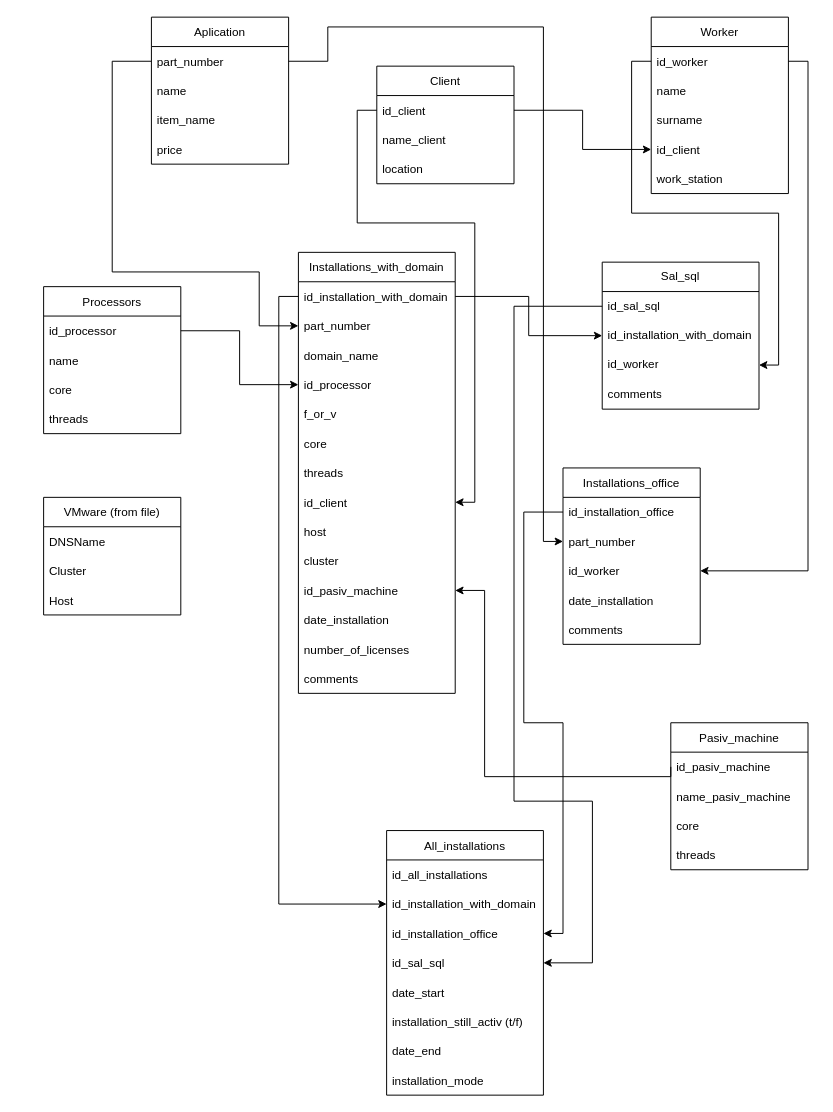
Rascalele/Program_do_rozliczania_faktur keeps this draw.io diagram as Projekt_bazy.drawio. Above is the earlier version. Source tidied: cells renumbered, new cells numbered last; positions are measured from the earlier drawing's top-left corner, leaving out a move shared by most shapes. Both pictures are drawn from the tidied source at 98%, with x=0, y=0 at pixel (43, 17).
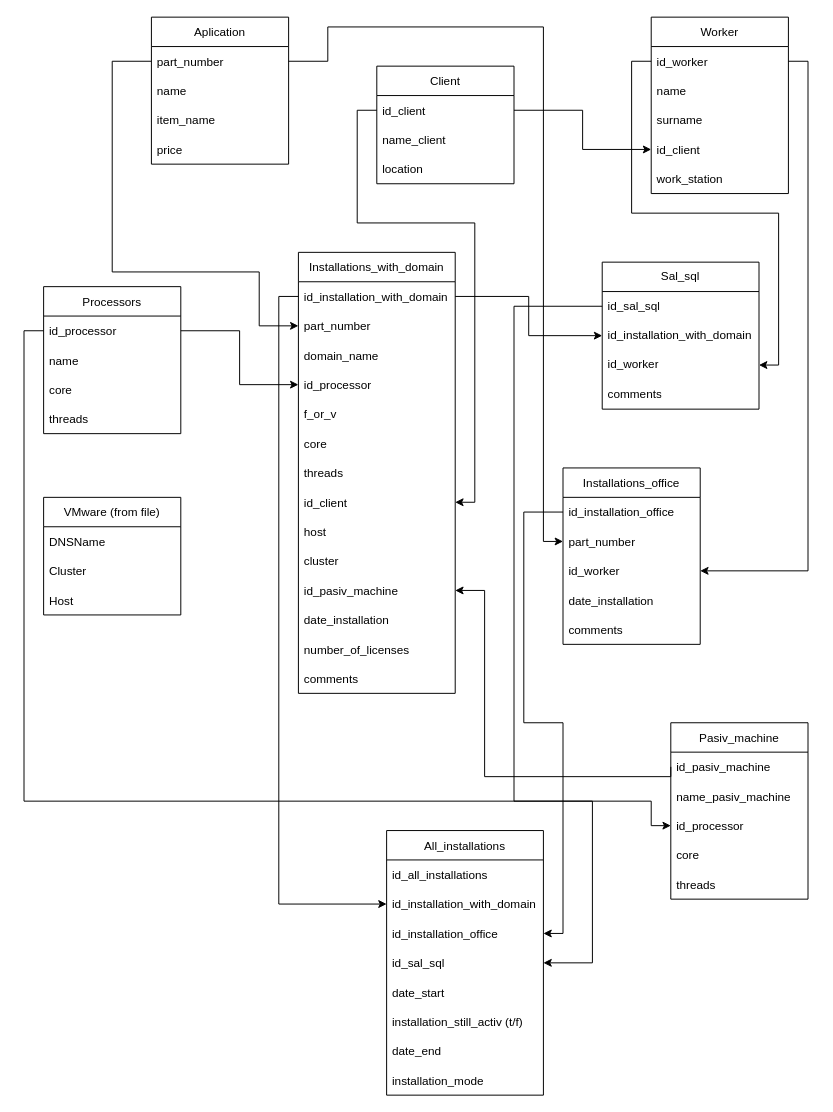
The same diagram, later.

The change refers to these unchanged cells:
```xml
<mxCell id="39" value="id_processor" style="text;strokeColor=none;fillColor=none;align=left;verticalAlign=middle;spacingLeft=4;spacingRight=4;overflow=hidden;points=[[0,0.5],[1,0.5]];portConstraint=eastwest;" parent="38" vertex="1">
  <mxGeometry y="30" width="140" height="30" as="geometry" />
</mxCell>
```

The edit, as a diff of the source:
```diff
@@
     <mxCell id="47" value="Pasiv_machine" style="swimlane;fontStyle=0;horizontal=1;startSize=30;" parent="1" vertex="1">
-      <mxGeometry x="640" y="720" width="140" height="150" as="geometry" />
+      <mxGeometry x="640" y="720" width="140" height="180" as="geometry" />
     </mxCell>
@@
+    <mxCell id="78" value="id_processor" style="text;strokeColor=none;fillColor=none;align=left;verticalAlign=middle;spacingLeft=4;spacingRight=4;overflow=hidden;points=[[0,0.5],[1,0.5]];portConstraint=eastwest;" parent="47" vertex="1">
+      <mxGeometry y="90" width="140" height="30" as="geometry" />
+    </mxCell>
     <mxCell id="50" value="core" style="text;strokeColor=none;fillColor=none;align=left;verticalAlign=middle;spacingLeft=4;spacingRight=4;overflow=hidden;" parent="47" vertex="1">
-      <mxGeometry y="90" width="140" height="30" as="geometry" />
+      <mxGeometry y="120" width="140" height="30" as="geometry" />
     </mxCell>
     <mxCell id="51" value="threads" style="text;strokeColor=none;fillColor=none;align=left;verticalAlign=middle;spacingLeft=4;spacingRight=4;overflow=hidden;" parent="47" vertex="1">
-      <mxGeometry y="120" width="140" height="30" as="geometry" />
+      <mxGeometry y="150" width="140" height="30" as="geometry" />
     </mxCell>
@@
+    <mxCell id="79" style="edgeStyle=orthogonalEdgeStyle;rounded=0;jettySize=auto;html=1;exitX=0;exitY=0.5;exitDx=0;exitDy=0;entryX=0;entryY=0.5;entryDx=0;entryDy=0;" parent="1" edge="1" source="39" target="78">
+      <mxGeometry relative="1" as="geometry">
+        <Array as="points">
+          <mxPoint x="-20" y="320" />
+          <mxPoint x="-20" y="800" />
+          <mxPoint x="620" y="800" />
+          <mxPoint x="620" y="825" />
+        </Array>
+      </mxGeometry>
+    </mxCell>
```
